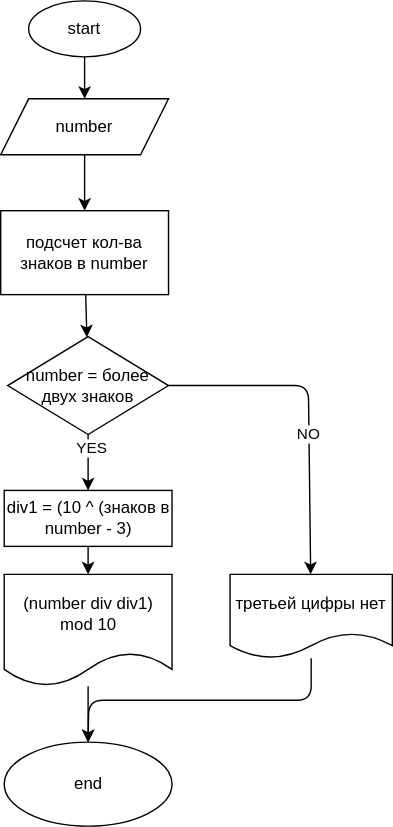
retedominus/TourC keeps this draw.io diagram as TourC#/ex013/ex013.drawio.svg. Above is the earlier version. Source tidied: cells renumbered, new cells last; positions are measured from the earlier drawing's top-left corner, leaving out a move shared by most shapes. Its diagram source:
```xml
<mxGraphModel>
  <root>
    <mxCell id="0" />
    <mxCell id="1" parent="0" />
    <mxCell id="2" style="edgeStyle=none;html=1;fontFamily=Verdana;" parent="1" edge="1" source="3" target="5">
      <mxGeometry relative="1" as="geometry" />
    </mxCell>
    <mxCell id="3" value="start" style="ellipse;whiteSpace=wrap;html=1;" parent="1" vertex="1">
      <mxGeometry x="20" width="80" height="40" as="geometry" />
    </mxCell>
    <mxCell id="4" style="edgeStyle=none;html=1;" parent="1" edge="1" source="5" target="19">
      <mxGeometry relative="1" as="geometry" />
    </mxCell>
    <mxCell id="5" value="number" style="shape=parallelogram;perimeter=parallelogramPerimeter;whiteSpace=wrap;html=1;fixedSize=1;" parent="1" vertex="1">
      <mxGeometry y="70" width="120" height="40" as="geometry" />
    </mxCell>
    <mxCell id="6" style="edgeStyle=none;html=1;fontFamily=Verdana;" parent="1" edge="1" source="7" target="9">
      <mxGeometry relative="1" as="geometry" />
    </mxCell>
    <mxCell id="7" value="div1 = (10 ^ (знаков в number - 3)" style="whiteSpace=wrap;html=1;" parent="1" vertex="1">
      <mxGeometry x="2.5" y="350" width="120" height="40" as="geometry" />
    </mxCell>
    <mxCell id="8" style="edgeStyle=none;html=1;" parent="1" edge="1" source="9" target="17">
      <mxGeometry relative="1" as="geometry" />
    </mxCell>
    <mxCell id="9" value="(number div div1) mod 10" style="shape=document;whiteSpace=wrap;html=1;boundedLbl=1;" parent="1" vertex="1">
      <mxGeometry x="2.5" y="410" width="120" height="80" as="geometry" />
    </mxCell>
    <mxCell id="10" style="edgeStyle=none;html=1;" parent="1" edge="1" source="14" target="16">
      <mxGeometry relative="1" as="geometry">
        <Array as="points">
          <mxPoint x="220" y="275" />
        </Array>
      </mxGeometry>
    </mxCell>
    <mxCell id="11" value="NO" style="edgeLabel;html=1;align=center;verticalAlign=middle;" parent="10" vertex="1">
      <mxGeometry x="0.14" y="-1" relative="1" as="geometry" />
    </mxCell>
    <mxCell id="12" style="edgeStyle=none;html=1;exitX=0.5;exitY=1;exitDx=0;exitDy=0;entryX=0.5;entryY=0;entryDx=0;entryDy=0;" parent="1" edge="1" source="14" target="7">
      <mxGeometry relative="1" as="geometry" />
    </mxCell>
    <mxCell id="13" value="YES" style="edgeLabel;html=1;align=center;verticalAlign=middle;" parent="12" vertex="1">
      <mxGeometry x="-0.57" y="2" relative="1" as="geometry" />
    </mxCell>
    <mxCell id="14" value="number = более двух знаков" style="rhombus;whiteSpace=wrap;html=1;" parent="1" vertex="1">
      <mxGeometry x="5" y="240" width="115" height="70" as="geometry" />
    </mxCell>
    <mxCell id="15" style="edgeStyle=none;html=1;entryX=0.5;entryY=0;entryDx=0;entryDy=0;" parent="1" edge="1" source="16" target="17">
      <mxGeometry relative="1" as="geometry">
        <Array as="points">
          <mxPoint x="222" y="500" />
          <mxPoint x="63" y="500" />
        </Array>
      </mxGeometry>
    </mxCell>
    <mxCell id="16" value="третьей цифры нет" style="shape=document;whiteSpace=wrap;html=1;boundedLbl=1;" parent="1" vertex="1">
      <mxGeometry x="164" y="410" width="116" height="60" as="geometry" />
    </mxCell>
    <mxCell id="17" value="end" style="ellipse;whiteSpace=wrap;html=1;" parent="1" vertex="1">
      <mxGeometry x="2.5" y="530" width="120" height="60" as="geometry" />
    </mxCell>
    <mxCell id="18" style="edgeStyle=none;html=1;" parent="1" edge="1" source="19" target="14">
      <mxGeometry relative="1" as="geometry" />
    </mxCell>
    <mxCell id="19" value="подсчет кол-ва знаков в number" style="whiteSpace=wrap;html=1;" parent="1" vertex="1">
      <mxGeometry y="150" width="120" height="60" as="geometry" />
    </mxCell>
  </root>
</mxGraphModel>
```
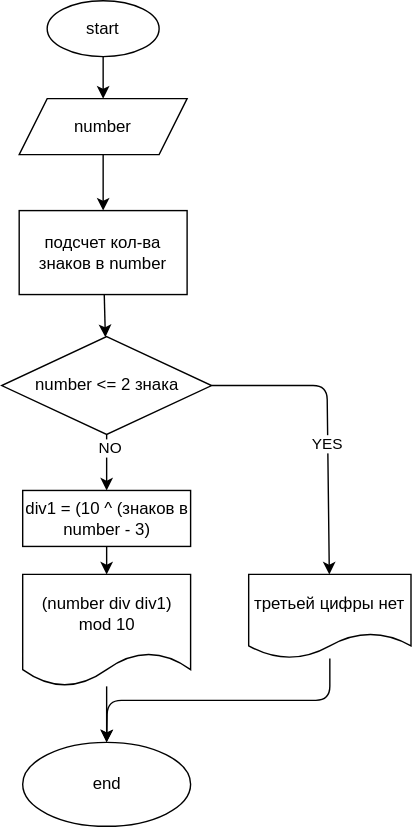
Above is the later version.

Change to the diagram source:
```diff
@@ -33,17 +33,17 @@
         </Array>
       </mxGeometry>
     </mxCell>
-    <mxCell id="11" value="NO" style="edgeLabel;html=1;align=center;verticalAlign=middle;" parent="10" vertex="1">
+    <mxCell id="11" value="YES" style="edgeLabel;html=1;align=center;verticalAlign=middle;" parent="10" vertex="1">
       <mxGeometry x="0.14" y="-1" relative="1" as="geometry" />
     </mxCell>
     <mxCell id="12" style="edgeStyle=none;html=1;exitX=0.5;exitY=1;exitDx=0;exitDy=0;entryX=0.5;entryY=0;entryDx=0;entryDy=0;" parent="1" edge="1" source="14" target="7">
       <mxGeometry relative="1" as="geometry" />
     </mxCell>
-    <mxCell id="13" value="YES" style="edgeLabel;html=1;align=center;verticalAlign=middle;" parent="12" vertex="1">
+    <mxCell id="13" value="NO" style="edgeLabel;html=1;align=center;verticalAlign=middle;" parent="12" vertex="1">
       <mxGeometry x="-0.57" y="2" relative="1" as="geometry" />
     </mxCell>
-    <mxCell id="14" value="number = более двух знаков" style="rhombus;whiteSpace=wrap;html=1;" parent="1" vertex="1">
-      <mxGeometry x="5" y="240" width="115" height="70" as="geometry" />
+    <mxCell id="14" value="number &amp;lt;= 2 знака" style="rhombus;whiteSpace=wrap;html=1;" parent="1" vertex="1">
+      <mxGeometry x="-12.5" y="240" width="150" height="70" as="geometry" />
     </mxCell>
     <mxCell id="15" style="edgeStyle=none;html=1;entryX=0.5;entryY=0;entryDx=0;entryDy=0;" parent="1" edge="1" source="16" target="17">
       <mxGeometry relative="1" as="geometry">
```
